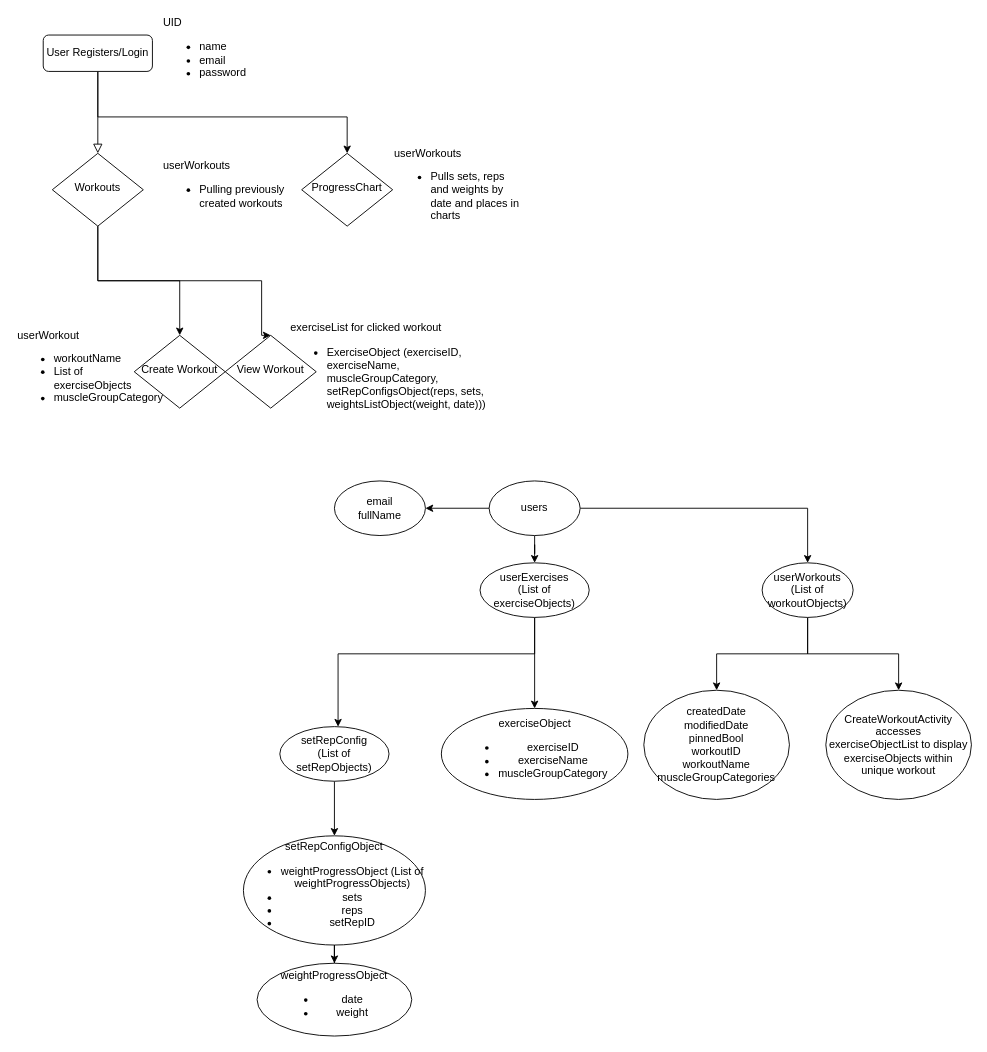
calvin-li-developer/w8-up-tracker keeps this draw.io diagram as DatabaseDiagram.drawio. Above is the earlier version. Source tidied: cells renumbered, new cells numbered last; positions are measured from the earlier drawing's top-left corner, leaving out a move shared by most shapes. Both pictures are drawn from the tidied source at 91%, with x=0, y=0 at pixel (15, 35).
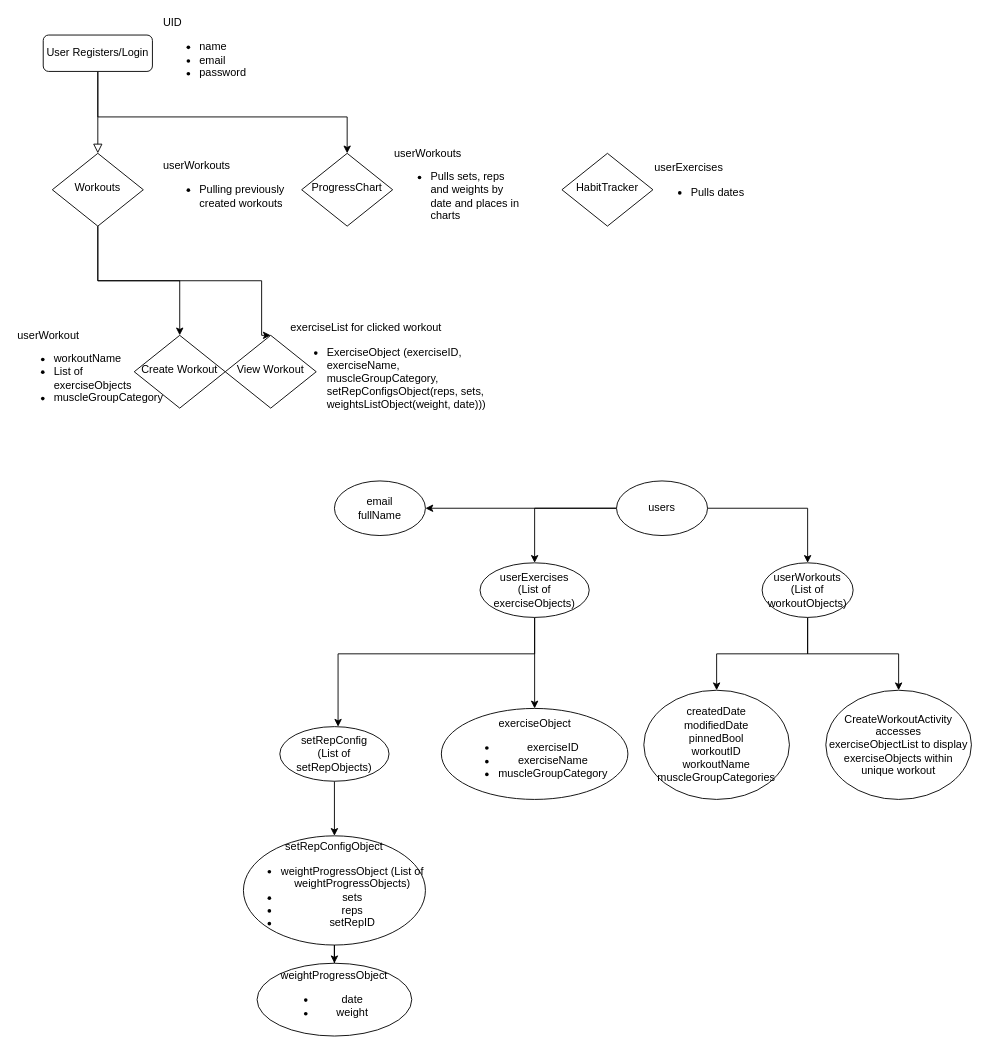
The same diagram, later.

Change to the diagram source:
```diff
@@
     <mxCell id="19" value="users" style="ellipse;whiteSpace=wrap;html=1;" parent="1" vertex="1">
-      <mxGeometry x="520" y="490" width="100" height="60" as="geometry" />
+      <mxGeometry x="660" y="490" width="100" height="60" as="geometry" />
     </mxCell>
@@
+    <mxCell id="35" value="HabitTracker" style="rhombus;whiteSpace=wrap;html=1;shadow=0;fontFamily=Helvetica;fontSize=12;align=center;strokeWidth=1;spacing=6;spacingTop=-4;" parent="1" vertex="1">
+      <mxGeometry x="600" y="130" width="100" height="80" as="geometry" />
+    </mxCell>
+    <mxCell id="36" value="userExercises&lt;br&gt;&lt;ul&gt;&lt;li&gt;Pulls dates&lt;/li&gt;&lt;/ul&gt;" style="text;html=1;strokeColor=none;fillColor=none;align=left;verticalAlign=middle;whiteSpace=wrap;rounded=0;" parent="1" vertex="1">
+      <mxGeometry x="700" y="150" width="140" height="30" as="geometry" />
+    </mxCell>
```
